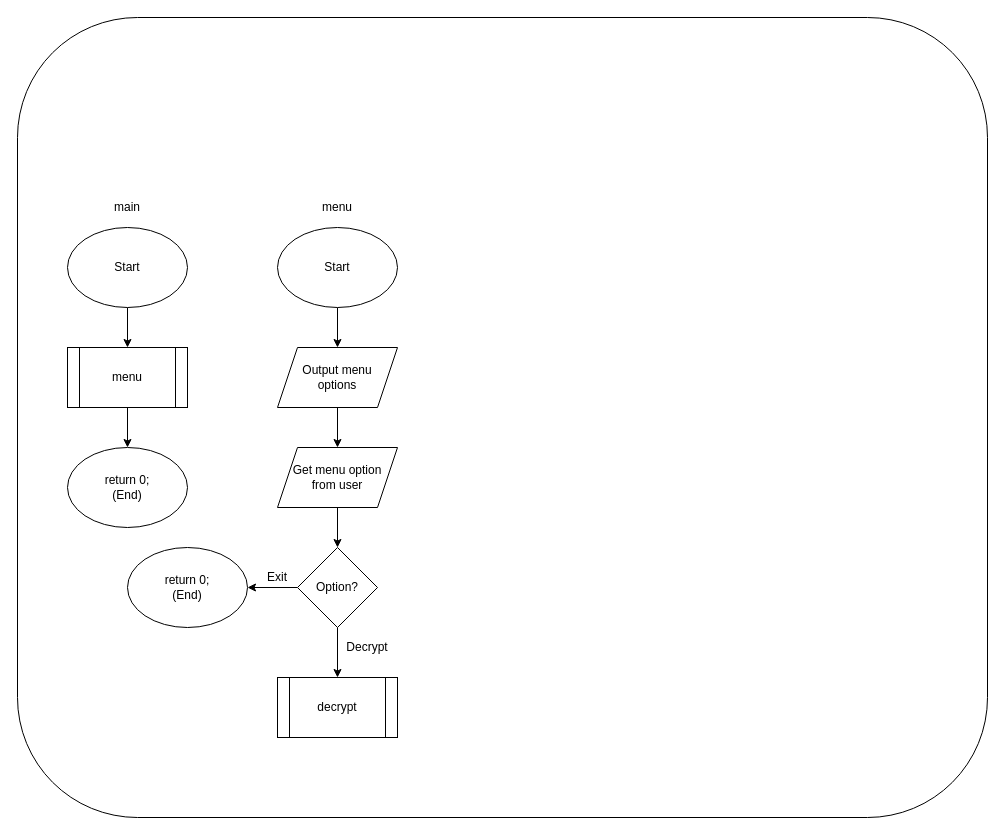
Earlier version of the draw.io diagram Flowchart.drawio (rbeat/vgnr-cpp). Source tidied: cells renumbered, new cells numbered last; positions are measured from the earlier drawing's top-left corner, leaving out a move shared by most shapes. Both pictures are drawn from the tidied source at 100%, with x=0, y=0 at pixel (17, 17).
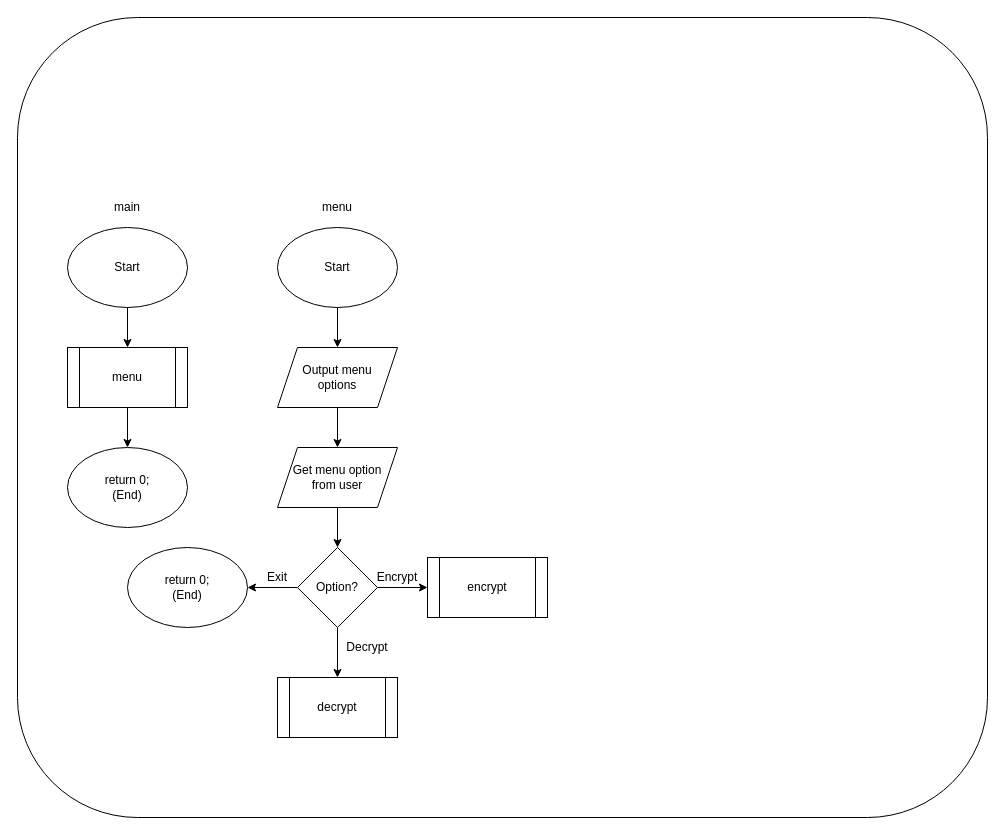
The same diagram, later.

The change refers to these unchanged cells:
```xml
<mxCell id="18" value="Option?" style="rhombus;whiteSpace=wrap;html=1;" parent="1" vertex="1">
  <mxGeometry x="280" y="530" width="80" height="80" as="geometry" />
</mxCell>
```

Diff of the diagram source:
```diff
@@
+    <mxCell id="23" style="edgeStyle=orthogonalEdgeStyle;rounded=0;jettySize=auto;html=1;" parent="1" edge="1" source="18" target="24">
+      <mxGeometry relative="1" as="geometry" />
+    </mxCell>
@@
+    <mxCell id="24" value="encrypt" style="shape=process;whiteSpace=wrap;html=1;backgroundOutline=1;" parent="1" vertex="1">
+      <mxGeometry x="410" y="540" width="120" height="60" as="geometry" />
+    </mxCell>
+    <mxCell id="25" value="Encrypt" style="text;html=1;strokeColor=none;fillColor=none;align=center;verticalAlign=middle;whiteSpace=wrap;rounded=0;" parent="1" vertex="1">
+      <mxGeometry x="360" y="550" width="40" height="20" as="geometry" />
+    </mxCell>
```
